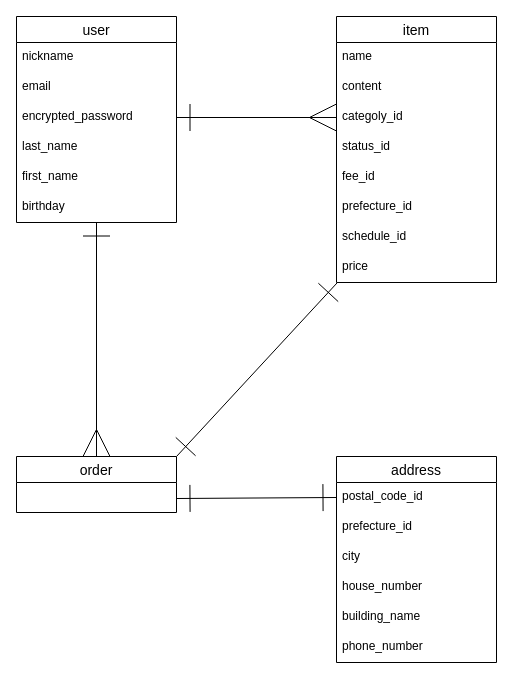
Before: ER.dio in murandot/furima-37979, a draw.io diagram. Source tidied: cells renumbered, new cells numbered last; positions are measured from the earlier drawing's top-left corner, leaving out a move shared by most shapes. Both pictures are drawn from the tidied source at 100%, with x=0, y=0 at pixel (16, 16).
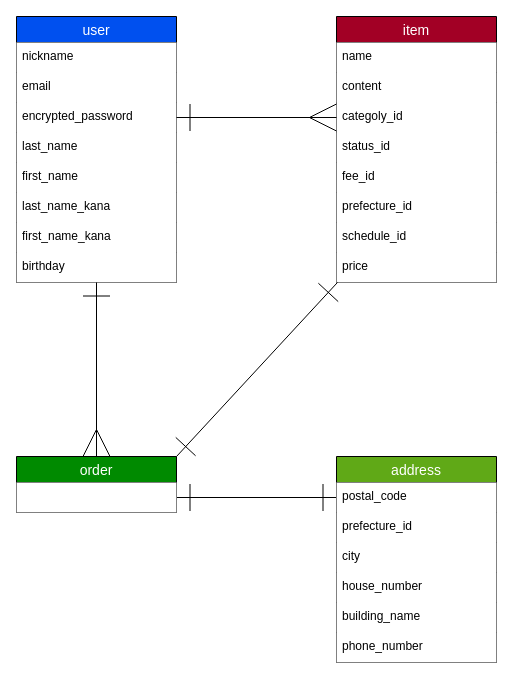
The same diagram, later.

Commit message:
README修正に伴うER図の修正２

The edit, as a diff of the source:
```diff
@@
-<mxGraphModel>
+<mxGraphModel background="#ffffff">
@@
-    <mxCell id="2" value="user" style="swimlane;fontStyle=0;horizontal=1;startSize=26;align=center;fontSize=14;rounded=0;" parent="1" vertex="1">
-      <mxGeometry width="160" height="206" as="geometry" />
+    <mxCell id="2" value="user" style="swimlane;fontStyle=0;horizontal=1;startSize=26;align=center;fontSize=14;rounded=0;fillColor=#0050ef;strokeColor=#000000;labelBackgroundColor=none;fontColor=#ffffff;strokeWidth=1;" parent="1" vertex="1">
+      <mxGeometry width="160" height="266" as="geometry" />
     </mxCell>
-    <mxCell id="3" value="nickname" style="text;strokeColor=none;fillColor=none;spacingLeft=4;spacingRight=4;overflow=hidden;fontSize=12;" parent="2" vertex="1">
+    <mxCell id="3" value="nickname" style="text;spacingLeft=4;spacingRight=4;overflow=hidden;fontSize=12;fillColor=#FFFFFF;fontColor=#000000;" parent="2" vertex="1">
       <mxGeometry y="26" width="160" height="30" as="geometry" />
     </mxCell>
-    <mxCell id="4" value="email" style="text;strokeColor=none;fillColor=none;spacingLeft=4;spacingRight=4;overflow=hidden;fontSize=12;" parent="2" vertex="1">
+    <mxCell id="4" value="email" style="text;strokeColor=none;fillColor=#FFFFFF;spacingLeft=4;spacingRight=4;overflow=hidden;fontSize=12;fontColor=#000000;" parent="2" vertex="1">
       <mxGeometry y="56" width="160" height="30" as="geometry" />
     </mxCell>
-    <mxCell id="5" value="encrypted_password" style="text;strokeColor=none;fillColor=none;spacingLeft=4;spacingRight=4;overflow=hidden;points=[[0,0.5],[1,0.5]];portConstraint=eastwest;fontSize=12;" parent="2" vertex="1">
+    <mxCell id="5" value="encrypted_password" style="text;strokeColor=none;fillColor=#FFFFFF;spacingLeft=4;spacingRight=4;overflow=hidden;points=[[0,0.5],[1,0.5]];portConstraint=eastwest;fontSize=12;fontColor=#000000;" parent="2" vertex="1">
       <mxGeometry y="86" width="160" height="30" as="geometry" />
     </mxCell>
-    <mxCell id="6" value="last_name" style="text;strokeColor=none;fillColor=none;spacingLeft=4;spacingRight=4;overflow=hidden;fontSize=12;" parent="2" vertex="1">
+    <mxCell id="6" value="last_name" style="text;strokeColor=none;fillColor=#FFFFFF;spacingLeft=4;spacingRight=4;overflow=hidden;fontSize=12;fontColor=#000000;" parent="2" vertex="1">
       <mxGeometry y="116" width="160" height="30" as="geometry" />
     </mxCell>
-    <mxCell id="7" value="first_name" style="text;strokeColor=none;fillColor=none;spacingLeft=4;spacingRight=4;overflow=hidden;fontSize=12;" parent="2" vertex="1">
+    <mxCell id="7" value="first_name" style="text;strokeColor=none;fillColor=#FFFFFF;spacingLeft=4;spacingRight=4;overflow=hidden;fontSize=12;fontColor=#000000;" parent="2" vertex="1">
       <mxGeometry y="146" width="160" height="30" as="geometry" />
     </mxCell>
+    <mxCell id="30" value="last_name_kana" style="text;strokeColor=none;fillColor=#FFFFFF;spacingLeft=4;spacingRight=4;overflow=hidden;fontSize=12;fontColor=#000000;" parent="2" vertex="1">
+      <mxGeometry y="176" width="160" height="30" as="geometry" />
+    </mxCell>
+    <mxCell id="31" value="first_name_kana" style="text;strokeColor=none;fillColor=#FFFFFF;spacingLeft=4;spacingRight=4;overflow=hidden;fontSize=12;fontColor=#000000;" parent="2" vertex="1">
+      <mxGeometry y="206" width="160" height="30" as="geometry" />
+    </mxCell>
-    <mxCell id="8" value="birthday" style="text;strokeColor=none;fillColor=none;spacingLeft=4;spacingRight=4;overflow=hidden;points=[[0,0.5],[1,0.5]];portConstraint=eastwest;fontSize=12;" parent="2" vertex="1">
-      <mxGeometry y="176" width="160" height="30" as="geometry" />
+    <mxCell id="8" value="birthday" style="text;strokeColor=none;fillColor=#FFFFFF;spacingLeft=4;spacingRight=4;overflow=hidden;points=[[0,0.5],[1,0.5]];portConstraint=eastwest;fontSize=12;fontColor=#000000;" parent="2" vertex="1">
+      <mxGeometry y="236" width="160" height="30" as="geometry" />
     </mxCell>
-    <mxCell id="9" value="item" style="swimlane;fontStyle=0;horizontal=1;startSize=26;align=center;fontSize=14;" parent="1" vertex="1">
+    <mxCell id="9" value="item" style="swimlane;fontStyle=0;horizontal=1;startSize=26;align=center;fontSize=14;fillColor=#a20025;strokeColor=#000000;fontColor=#ffffff;" parent="1" vertex="1">
       <mxGeometry x="320" width="160" height="266" as="geometry" />
     </mxCell>
-    <mxCell id="10" value="name" style="text;strokeColor=none;fillColor=none;spacingLeft=4;spacingRight=4;overflow=hidden;fontSize=12;" parent="9" vertex="1">
+    <mxCell id="10" value="name" style="text;strokeColor=none;fillColor=#FFFFFF;spacingLeft=4;spacingRight=4;overflow=hidden;fontSize=12;fontColor=#000000;" parent="9" vertex="1">
       <mxGeometry y="26" width="160" height="30" as="geometry" />
     </mxCell>
-    <mxCell id="11" value="content" style="text;strokeColor=none;fillColor=none;spacingLeft=4;spacingRight=4;overflow=hidden;fontSize=12;" parent="9" vertex="1">
+    <mxCell id="11" value="content" style="text;strokeColor=none;fillColor=#FFFFFF;spacingLeft=4;spacingRight=4;overflow=hidden;fontSize=12;fontColor=#000000;" parent="9" vertex="1">
       <mxGeometry y="56" width="160" height="30" as="geometry" />
     </mxCell>
-    <mxCell id="12" value="categoly_id" style="text;strokeColor=none;fillColor=none;spacingLeft=4;spacingRight=4;overflow=hidden;points=[[0,0.5],[1,0.5]];portConstraint=eastwest;fontSize=12;" parent="9" vertex="1">
+    <mxCell id="12" value="categoly_id" style="text;strokeColor=none;fillColor=#FFFFFF;spacingLeft=4;spacingRight=4;overflow=hidden;points=[[0,0.5],[1,0.5]];portConstraint=eastwest;fontSize=12;fontColor=#000000;" parent="9" vertex="1">
       <mxGeometry y="86" width="160" height="30" as="geometry" />
     </mxCell>
-    <mxCell id="13" value="status_id" style="text;strokeColor=none;fillColor=none;spacingLeft=4;spacingRight=4;overflow=hidden;fontSize=12;" parent="9" vertex="1">
+    <mxCell id="13" value="status_id" style="text;strokeColor=none;fillColor=#FFFFFF;spacingLeft=4;spacingRight=4;overflow=hidden;fontSize=12;fontColor=#000000;" parent="9" vertex="1">
       <mxGeometry y="116" width="160" height="30" as="geometry" />
     </mxCell>
-    <mxCell id="14" value="fee_id" style="text;strokeColor=none;fillColor=none;spacingLeft=4;spacingRight=4;overflow=hidden;fontSize=12;" parent="9" vertex="1">
+    <mxCell id="14" value="fee_id" style="text;strokeColor=none;fillColor=#FFFFFF;spacingLeft=4;spacingRight=4;overflow=hidden;fontSize=12;fontColor=#000000;" parent="9" vertex="1">
       <mxGeometry y="146" width="160" height="30" as="geometry" />
     </mxCell>
-    <mxCell id="15" value="prefecture_id" style="text;strokeColor=none;fillColor=none;spacingLeft=4;spacingRight=4;overflow=hidden;fontSize=12;" parent="9" vertex="1">
+    <mxCell id="15" value="prefecture_id" style="text;strokeColor=none;fillColor=#FFFFFF;spacingLeft=4;spacingRight=4;overflow=hidden;fontSize=12;fontColor=#000000;" parent="9" vertex="1">
       <mxGeometry y="176" width="160" height="30" as="geometry" />
     </mxCell>
-    <mxCell id="16" value="schedule_id" style="text;strokeColor=none;fillColor=none;spacingLeft=4;spacingRight=4;overflow=hidden;fontSize=12;" parent="9" vertex="1">
+    <mxCell id="16" value="schedule_id" style="text;strokeColor=none;fillColor=#FFFFFF;spacingLeft=4;spacingRight=4;overflow=hidden;fontSize=12;fontColor=#000000;" parent="9" vertex="1">
       <mxGeometry y="206" width="160" height="30" as="geometry" />
     </mxCell>
-    <mxCell id="17" value="price" style="text;strokeColor=none;fillColor=none;spacingLeft=4;spacingRight=4;overflow=hidden;points=[[0,0.5],[1,0.5]];portConstraint=eastwest;fontSize=12;" parent="9" vertex="1">
+    <mxCell id="17" value="price" style="text;strokeColor=none;fillColor=#FFFFFF;spacingLeft=4;spacingRight=4;overflow=hidden;points=[[0,0.5],[1,0.5]];portConstraint=eastwest;fontSize=12;fontColor=#000000;" parent="9" vertex="1">
       <mxGeometry y="236" width="160" height="30" as="geometry" />
     </mxCell>
-    <mxCell id="18" style="edgeStyle=none;html=1;exitX=1;exitY=0;exitDx=0;exitDy=0;entryX=0.006;entryY=1;entryDx=0;entryDy=0;endArrow=ERone;endFill=0;startSize=25;endSize=25;strokeWidth=1;startArrow=ERone;startFill=0;entryPerimeter=0;" parent="1" edge="1" source="20" target="17">
+    <mxCell id="18" style="edgeStyle=none;html=1;exitX=1;exitY=0;exitDx=0;exitDy=0;entryX=0.006;entryY=1;entryDx=0;entryDy=0;endArrow=ERone;endFill=0;startSize=25;endSize=25;strokeWidth=1;startArrow=ERone;startFill=0;entryPerimeter=0;strokeColor=#000000;" parent="1" edge="1" source="20" target="17">
       <mxGeometry relative="1" as="geometry" />
     </mxCell>
-    <mxCell id="19" style="edgeStyle=none;html=1;exitX=1;exitY=0.75;exitDx=0;exitDy=0;entryX=0;entryY=0.5;entryDx=0;entryDy=0;startArrow=ERone;startFill=0;endArrow=ERone;endFill=0;startSize=25;endSize=25;strokeWidth=1;" parent="1" edge="1" source="20" target="22">
-      <mxGeometry relative="1" as="geometry" />
+    <mxCell id="19" style="edgeStyle=none;html=1;entryX=0;entryY=0.5;entryDx=0;entryDy=0;startArrow=ERone;startFill=0;endArrow=ERone;endFill=0;startSize=25;endSize=25;strokeWidth=1;strokeColor=#000000;" parent="1" edge="1" target="22">
+      <mxGeometry relative="1" as="geometry">
+        <mxPoint x="160" y="481" as="sourcePoint" />
+      </mxGeometry>
     </mxCell>
-    <mxCell id="20" value="order" style="swimlane;fontStyle=0;horizontal=1;startSize=26;align=center;fontSize=14;" parent="1" vertex="1">
+    <mxCell id="20" value="order" style="swimlane;fontStyle=0;horizontal=1;startSize=26;align=center;fontSize=14;fontColor=#ffffff;fillColor=#008a00;strokeColor=#000000;labelBackgroundColor=none;" parent="1" vertex="1">
       <mxGeometry y="440" width="160" height="56" as="geometry" />
     </mxCell>
+    <mxCell id="32" style="text;strokeColor=none;fillColor=#FFFFFF;spacingLeft=4;spacingRight=4;overflow=hidden;fontSize=12;fontColor=#000000;" parent="20" vertex="1">
+      <mxGeometry y="26" width="160" height="30" as="geometry" />
+    </mxCell>
-    <mxCell id="21" value="address" style="swimlane;fontStyle=0;horizontal=1;startSize=26;align=center;fontSize=14;" parent="1" vertex="1">
+    <mxCell id="21" value="address" style="swimlane;fontStyle=0;horizontal=1;startSize=26;align=center;fontSize=14;fontColor=#ffffff;fillColor=#60a917;strokeColor=#000000;" parent="1" vertex="1">
       <mxGeometry x="320" y="440" width="160" height="206" as="geometry" />
     </mxCell>
-    <mxCell id="22" value="postal_code_id" style="text;strokeColor=none;fillColor=none;spacingLeft=4;spacingRight=4;overflow=hidden;points=[[0,0.5],[1,0.5]];portConstraint=eastwest;fontSize=12;" parent="21" vertex="1">
+    <mxCell id="22" value="postal_code" style="text;strokeColor=none;fillColor=#FFFFFF;spacingLeft=4;spacingRight=4;overflow=hidden;points=[[0,0.5],[1,0.5]];portConstraint=eastwest;fontSize=12;fontColor=#000000;" parent="21" vertex="1">
       <mxGeometry y="26" width="160" height="30" as="geometry" />
     </mxCell>
-    <mxCell id="23" value="prefecture_id" style="text;strokeColor=none;fillColor=none;spacingLeft=4;spacingRight=4;overflow=hidden;fontSize=12;" parent="21" vertex="1">
+    <mxCell id="23" value="prefecture_id" style="text;strokeColor=none;fillColor=#FFFFFF;spacingLeft=4;spacingRight=4;overflow=hidden;fontSize=12;fontColor=#000000;" parent="21" vertex="1">
       <mxGeometry y="56" width="160" height="30" as="geometry" />
     </mxCell>
-    <mxCell id="24" value="city" style="text;strokeColor=none;fillColor=none;spacingLeft=4;spacingRight=4;overflow=hidden;fontSize=12;" parent="21" vertex="1">
+    <mxCell id="24" value="city" style="text;strokeColor=none;fillColor=#FFFFFF;spacingLeft=4;spacingRight=4;overflow=hidden;fontSize=12;fontColor=#000000;" parent="21" vertex="1">
       <mxGeometry y="86" width="160" height="30" as="geometry" />
     </mxCell>
-    <mxCell id="25" value="house_number" style="text;strokeColor=none;fillColor=none;spacingLeft=4;spacingRight=4;overflow=hidden;fontSize=12;" parent="21" vertex="1">
+    <mxCell id="25" value="house_number" style="text;strokeColor=none;fillColor=#FFFFFF;spacingLeft=4;spacingRight=4;overflow=hidden;fontSize=12;fontColor=#000000;" parent="21" vertex="1">
       <mxGeometry y="116" width="160" height="30" as="geometry" />
     </mxCell>
-    <mxCell id="26" value="building_name" style="text;strokeColor=none;fillColor=none;spacingLeft=4;spacingRight=4;overflow=hidden;fontSize=12;" parent="21" vertex="1">
+    <mxCell id="26" value="building_name" style="text;strokeColor=none;fillColor=#FFFFFF;spacingLeft=4;spacingRight=4;overflow=hidden;fontSize=12;fontColor=#000000;" parent="21" vertex="1">
       <mxGeometry y="146" width="160" height="30" as="geometry" />
     </mxCell>
-    <mxCell id="27" value="phone_number" style="text;strokeColor=none;fillColor=none;spacingLeft=4;spacingRight=4;overflow=hidden;fontSize=12;" parent="21" vertex="1">
+    <mxCell id="27" value="phone_number" style="text;strokeColor=none;fillColor=#FFFFFF;spacingLeft=4;spacingRight=4;overflow=hidden;fontSize=12;fontColor=#000000;" parent="21" vertex="1">
       <mxGeometry y="176" width="160" height="30" as="geometry" />
     </mxCell>
-    <mxCell id="28" style="edgeStyle=none;html=1;exitX=1;exitY=0.5;exitDx=0;exitDy=0;entryX=0;entryY=0.5;entryDx=0;entryDy=0;endArrow=ERmany;endFill=0;endSize=25;startSize=25;strokeWidth=1;startArrow=ERone;startFill=0;" parent="1" edge="1" source="5" target="12">
+    <mxCell id="28" style="edgeStyle=none;html=1;exitX=1;exitY=0.5;exitDx=0;exitDy=0;entryX=0;entryY=0.5;entryDx=0;entryDy=0;endArrow=ERmany;endFill=0;endSize=25;startSize=25;strokeWidth=1;startArrow=ERone;startFill=0;strokeColor=#000000;" parent="1" edge="1" source="5" target="12">
       <mxGeometry relative="1" as="geometry" />
     </mxCell>
-    <mxCell id="29" style="edgeStyle=none;html=1;endArrow=ERmany;endFill=0;startSize=25;endSize=25;strokeWidth=1;startArrow=ERone;startFill=0;" parent="1" edge="1" source="8" target="20">
+    <mxCell id="29" style="edgeStyle=none;html=1;endArrow=ERmany;endFill=0;startSize=25;endSize=25;strokeWidth=1;startArrow=ERone;startFill=0;strokeColor=#000000;" parent="1" edge="1" source="8" target="20">
       <mxGeometry relative="1" as="geometry" />
     </mxCell>
```
